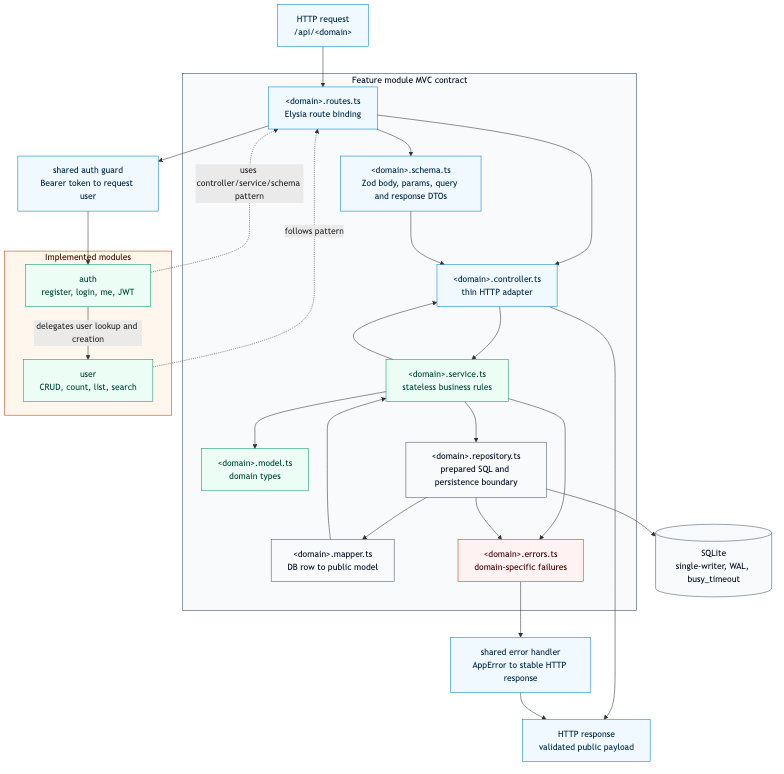
This is docs/diagrams/exports/mvc-modules.png from elourenco/software-arch, a Mermaid export, as it was before one commit. Its source is kept beside it as docs/diagrams/mvc-modules.mmd.
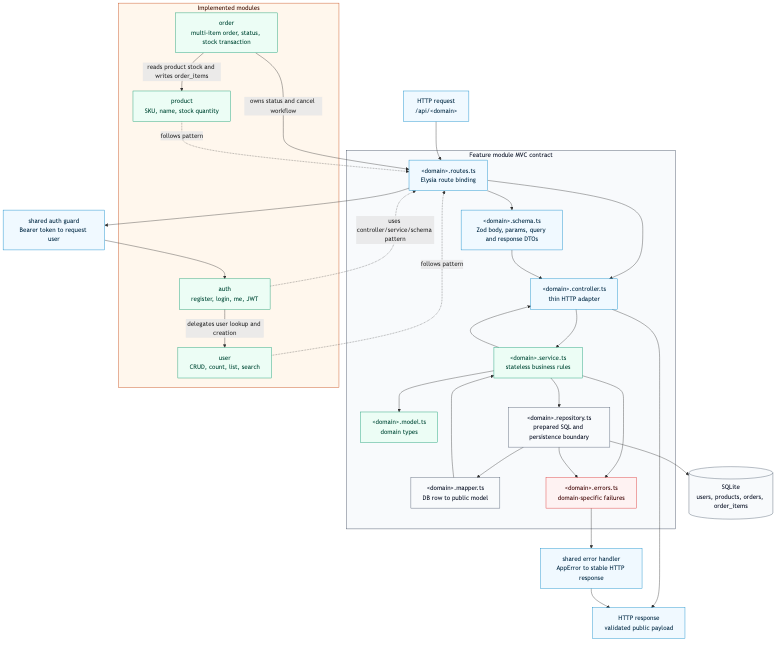
The same file after the commit.

The edit, as a diff of the source:
```diff
@@ -18,12 +18,14 @@
 
   authGuard["shared auth guard<br/>Bearer token to request user"]
   errorHandler["shared error handler<br/>AppError to stable HTTP response"]
-  database[("SQLite<br/>single-writer, WAL, busy_timeout")]
+  database[("SQLite<br/>users, products, orders, order_items")]
   response["HTTP response<br/>validated public payload"]
 
   subgraph implementedModules["Implemented modules"]
     auth["auth<br/>register, login, me, JWT"]
     user["user<br/>CRUD, count, list, search"]
+    product["product<br/>SKU, name, stock quantity"]
+    order["order<br/>multi-item order, status, stock transaction"]
   end
 
   request --> route
@@ -47,12 +49,15 @@
 
   authGuard --> auth
   auth -- "delegates user lookup and creation" --> user
+  order -- "reads product stock and writes order_items" --> product
+  order -- "owns status and cancel workflow" --> route
+  product -. "follows pattern" .-> route
   user -. "follows pattern" .-> route
   auth -. "uses controller/service/schema pattern" .-> route
 
   class request,response boundary
   class route,schema,controller,authGuard,errorHandler boundary
-  class service,model,auth,user domain
+  class service,model,auth,user,product,order domain
   class repository,mapper,database data
   class domainErrors error
   style modulePattern fill:#f8fafc,stroke:#334155,color:#0f172a
```
